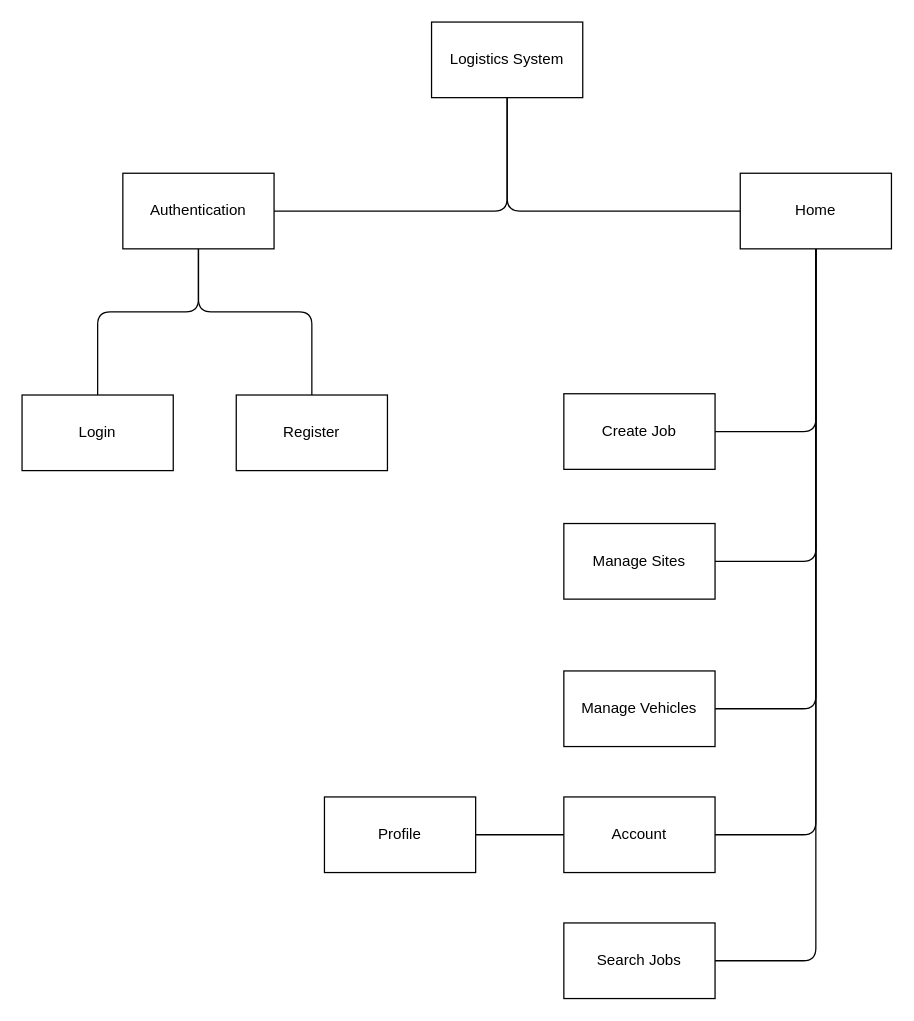
The draw.io diagram project-root/docs/sitemap.drawio in quietpanda284/logistics_app, before the edit. Source tidied: cells renumbered, new cells numbered last; positions are measured from the earlier drawing's top-left corner, leaving out a move shared by most shapes. Both pictures are drawn from the tidied source at 126%, with x=0, y=0 at pixel (21, 21).
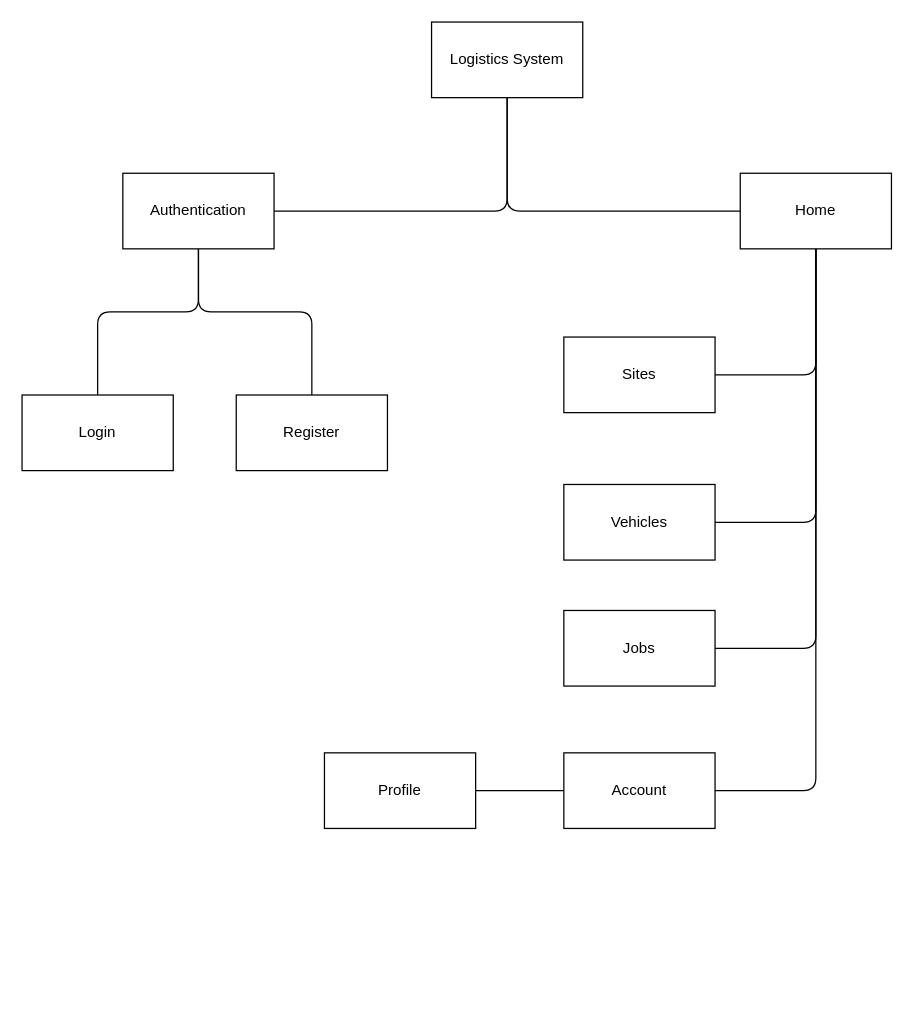
The same page after the edit.

Commit message (it also covers changes not shown here):
Updated use case and sitemap

Unchanged cells that the change refers to:
```xml
<mxCell id="15" value="Home" style="rounded=0;whiteSpace=wrap;html=1;" parent="1" vertex="1">
  <mxGeometry x="570" y="120" width="120" height="60" as="geometry" />
</mxCell>
```

Diff of the diagram source:
```diff
@@
-    <mxCell id="10" style="edgeStyle=none;html=1;exitX=0.5;exitY=1;exitDx=0;exitDy=0;entryX=1;entryY=0.5;entryDx=0;entryDy=0;endArrow=none;endFill=0;" parent="1" edge="1" source="15" target="16">
-      <mxGeometry relative="1" as="geometry">
-        <Array as="points">
-          <mxPoint x="630" y="325" />
-        </Array>
-      </mxGeometry>
-    </mxCell>
     <mxCell id="11" style="edgeStyle=none;html=1;exitX=0.5;exitY=1;exitDx=0;exitDy=0;entryX=1;entryY=0.5;entryDx=0;entryDy=0;endArrow=none;endFill=0;" parent="1" edge="1" source="15" target="17">
       <mxGeometry relative="1" as="geometry">
         <Array as="points">
-          <mxPoint x="630" y="428" />
+          <mxPoint x="630" y="280" />
         </Array>
       </mxGeometry>
     </mxCell>
     <mxCell id="12" style="edgeStyle=none;html=1;exitX=0.5;exitY=1;exitDx=0;exitDy=0;entryX=1;entryY=0.5;entryDx=0;entryDy=0;endArrow=none;endFill=0;" parent="1" edge="1" source="15" target="18">
       <mxGeometry relative="1" as="geometry">
         <Array as="points">
-          <mxPoint x="630" y="545" />
+          <mxPoint x="630" y="397" />
         </Array>
       </mxGeometry>
     </mxCell>
     <mxCell id="13" style="edgeStyle=none;html=1;exitX=0.5;exitY=1;exitDx=0;exitDy=0;entryX=1;entryY=0.5;entryDx=0;entryDy=0;endArrow=none;endFill=0;" parent="1" edge="1" source="15" target="21">
       <mxGeometry relative="1" as="geometry">
         <Array as="points">
-          <mxPoint x="630" y="645" />
+          <mxPoint x="630" y="610" />
         </Array>
       </mxGeometry>
     </mxCell>
     <mxCell id="14" style="edgeStyle=none;html=1;exitX=0.5;exitY=1;exitDx=0;exitDy=0;entryX=1;entryY=0.5;entryDx=0;entryDy=0;endArrow=none;endFill=0;" parent="1" edge="1" source="15" target="19">
       <mxGeometry relative="1" as="geometry">
         <Array as="points">
-          <mxPoint x="630" y="745" />
+          <mxPoint x="630" y="497" />
         </Array>
       </mxGeometry>
     </mxCell>
@@
-    <mxCell id="16" value="Create Job" style="rounded=0;whiteSpace=wrap;html=1;" parent="1" vertex="1">
-      <mxGeometry x="430" y="295" width="120" height="60" as="geometry" />
-    </mxCell>
-    <mxCell id="17" value="Manage Sites" style="rounded=0;whiteSpace=wrap;html=1;" parent="1" vertex="1">
-      <mxGeometry x="430" y="398" width="120" height="60" as="geometry" />
+    <mxCell id="17" value="Sites" style="rounded=0;whiteSpace=wrap;html=1;" parent="1" vertex="1">
+      <mxGeometry x="430" y="250" width="120" height="60" as="geometry" />
     </mxCell>
-    <mxCell id="18" value="Manage Vehicles" style="rounded=0;whiteSpace=wrap;html=1;" parent="1" vertex="1">
-      <mxGeometry x="430" y="515" width="120" height="60" as="geometry" />
+    <mxCell id="18" value="Vehicles" style="rounded=0;whiteSpace=wrap;html=1;" parent="1" vertex="1">
+      <mxGeometry x="430" y="367" width="120" height="60" as="geometry" />
     </mxCell>
-    <mxCell id="19" value="Search Jobs" style="rounded=0;whiteSpace=wrap;html=1;" parent="1" vertex="1">
-      <mxGeometry x="430" y="715" width="120" height="60" as="geometry" />
+    <mxCell id="19" value="Jobs" style="rounded=0;whiteSpace=wrap;html=1;" parent="1" vertex="1">
+      <mxGeometry x="430" y="467" width="120" height="60" as="geometry" />
     </mxCell>
@@
     <mxCell id="21" value="Account" style="rounded=0;whiteSpace=wrap;html=1;" parent="1" vertex="1">
-      <mxGeometry x="430" y="615" width="120" height="60" as="geometry" />
+      <mxGeometry x="430" y="580" width="120" height="60" as="geometry" />
     </mxCell>
     <mxCell id="22" value="Profile" style="rounded=0;whiteSpace=wrap;html=1;" parent="1" vertex="1">
-      <mxGeometry x="240" y="615" width="120" height="60" as="geometry" />
+      <mxGeometry x="240" y="580" width="120" height="60" as="geometry" />
     </mxCell>
```
